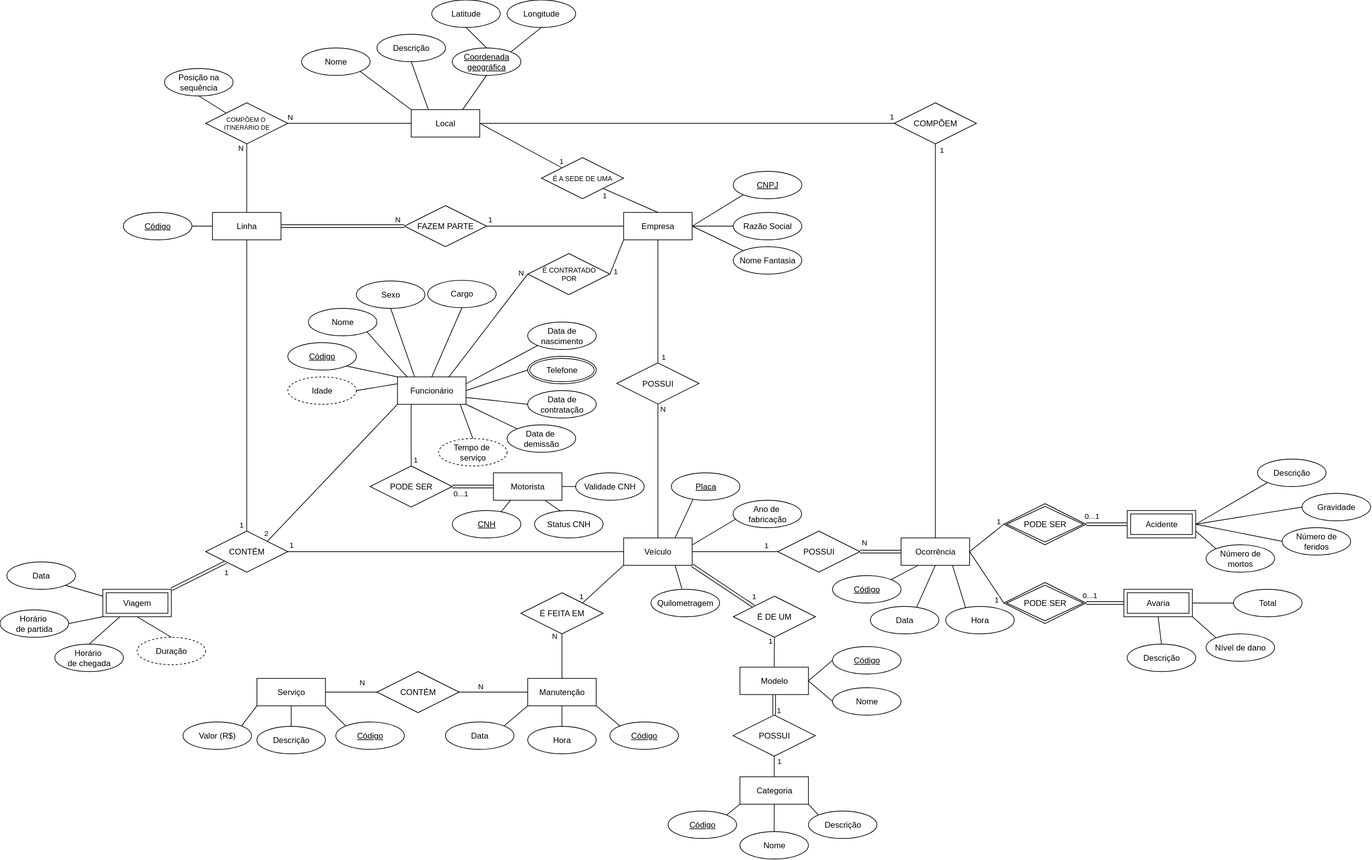
The draw.io diagram drawio/conceptual_model.drawio.svg in gscolombo/Projeto---BD, before a commit. Source tidied: cells renumbered, new cells last; positions are measured from the earlier drawing's top-left corner, leaving out a move shared by most shapes.
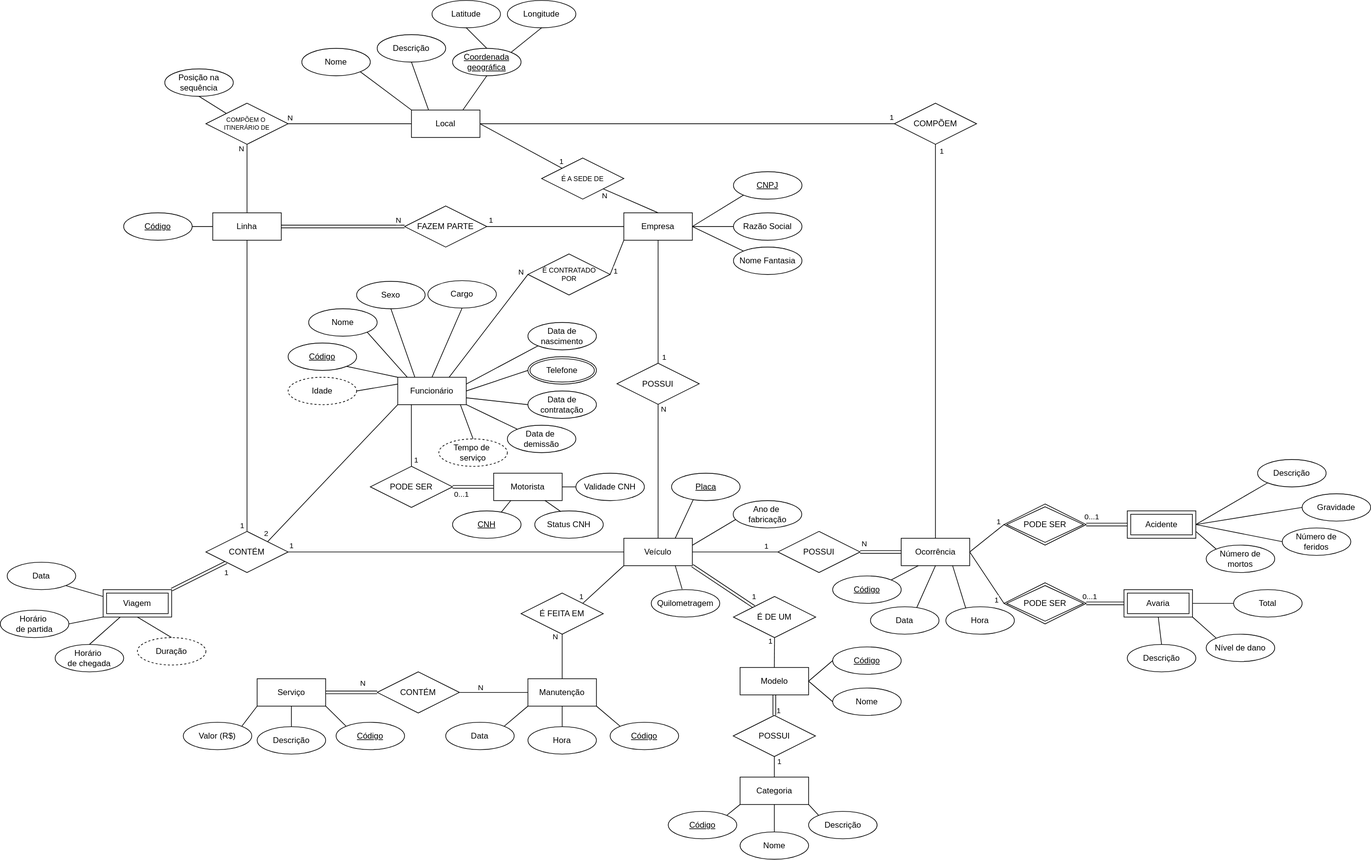
After the commit.

Change to the diagram source:
```diff
@@ -548,7 +548,7 @@
     <mxCell id="153" value="Data" style="ellipse;whiteSpace=wrap;html=1;align=center;fontStyle=0;" parent="1" vertex="1">
       <mxGeometry x="650" y="1053.6" width="100" height="40" as="geometry" />
     </mxCell>
-    <mxCell id="154" style="rounded=0;jettySize=auto;html=1;exitX=0;exitY=0.5;exitDx=0;exitDy=0;entryX=1;entryY=0.5;entryDx=0;entryDy=0;endArrow=none;endFill=0;" parent="1" edge="1" source="156" target="151">
+    <mxCell id="154" style="rounded=0;jettySize=auto;html=1;exitX=0;exitY=0.5;exitDx=0;exitDy=0;entryX=1;entryY=0.5;entryDx=0;entryDy=0;endArrow=none;endFill=0;shape=link;" parent="1" edge="1" source="156" target="151">
       <mxGeometry relative="1" as="geometry" />
     </mxCell>
     <mxCell id="155" value="N" style="edgeLabel;html=1;align=center;verticalAlign=middle;" parent="154" vertex="1">
@@ -673,12 +673,12 @@
     <mxCell id="192" style="rounded=0;jettySize=auto;html=1;exitX=1;exitY=1;exitDx=0;exitDy=0;entryX=0.5;entryY=0;entryDx=0;entryDy=0;endArrow=none;endFill=0;" parent="1" edge="1" source="194" target="7">
       <mxGeometry relative="1" as="geometry" />
     </mxCell>
-    <mxCell id="193" value="1" style="edgeLabel;html=1;align=center;verticalAlign=middle;" parent="192" vertex="1">
+    <mxCell id="193" value="N" style="edgeLabel;html=1;align=center;verticalAlign=middle;" parent="192" vertex="1">
       <mxGeometry x="-0.84" relative="1" as="geometry">
         <mxPoint x="-5" y="7" as="offset" />
       </mxGeometry>
     </mxCell>
-    <mxCell id="194" value="É A SEDE DE UMA" style="shape=rhombus;perimeter=rhombusPerimeter;whiteSpace=wrap;align=center;fontSize=10;" parent="1" vertex="1">
+    <mxCell id="194" value="É A SEDE DE" style="shape=rhombus;perimeter=rhombusPerimeter;whiteSpace=wrap;align=center;fontSize=10;" parent="1" vertex="1">
       <mxGeometry x="790" y="230" width="120" height="60" as="geometry" />
     </mxCell>
     <mxCell id="195" style="rounded=0;jettySize=auto;html=1;exitX=0.5;exitY=1;exitDx=0;exitDy=0;entryX=0.5;entryY=0;entryDx=0;entryDy=0;endArrow=none;endFill=0;" parent="1" edge="1" source="197" target="185">
```
